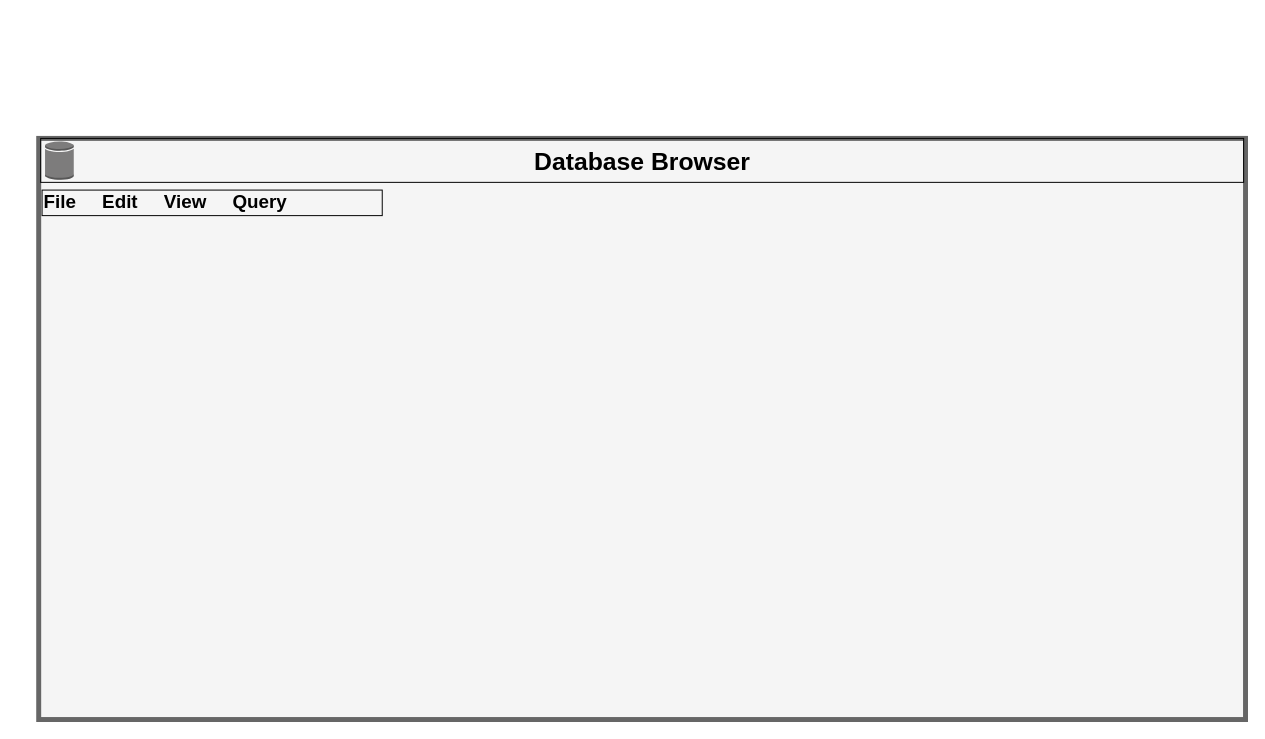
This is page "GUI" (3 of 5) of etl.drawio from ARCtechmo/trade_accounting_logs, a draw.io file, before an edit. Source tidied: cells renumbered, new cells numbered last; positions are measured from the earlier drawing's top-left corner, leaving out a move shared by most shapes. Both pictures are drawn from the tidied source at 99%, with x=0, y=0 at pixel (17, 17).
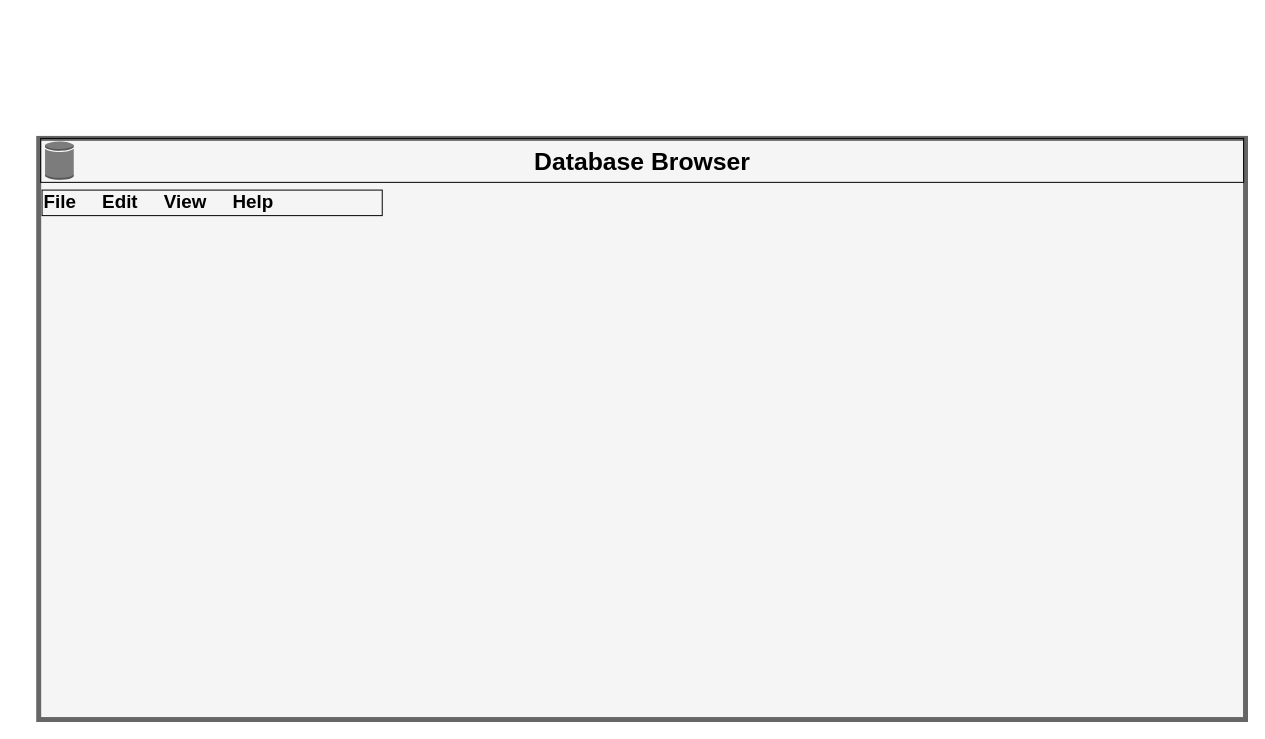
After the change.

Commit message:
added a widget diagram for the listbox

Change to the diagram source:
```diff
@@
 <mxGraphModel>
   <root>
     <mxCell id="0" />
     <mxCell id="1" parent="0" />
     <mxCell id="2" style="group;align=center;" parent="1" vertex="1">
       <mxGeometry width="1220" height="664" as="geometry" />
     </mxCell>
     <mxCell id="3" style="group;strokeColor=none;" parent="2" vertex="1">
       <mxGeometry y="4" width="1220" height="588" as="geometry" />
     </mxCell>
     <mxCell id="4" style="group;" parent="3" vertex="1">
       <mxGeometry x="23.1" y="45.4" width="1220" height="588" as="geometry" />
     </mxCell>
     <mxCell id="5" style="group;" parent="4" vertex="1">
       <mxGeometry x="-1.5" y="72.9" width="1220" height="588" as="geometry" />
     </mxCell>
     <mxCell id="6" style="whiteSpace=wrap;html=1;fillColor=#f5f5f5;fontColor=#333333;strokeColor=#666666;strokeWidth=5;gradientColor=none;" parent="5" vertex="1">
       <mxGeometry width="1219" height="587" as="geometry" />
     </mxCell>
     <mxCell id="7" value="&lt;h1 style=&quot;font-size: 25px;&quot;&gt;Database Browser&lt;/h1&gt;" style="text;align=center;html=1;verticalAlign=middle;whiteSpace=wrap;rounded=0;strokeWidth=1;strokeColor=default;perimeterSpacing=0;fillColor=none;fontSize=25;fontStyle=1;labelBorderColor=none;" parent="5" vertex="1">
       <mxGeometry x="2" width="1215.1" height="44.4" as="geometry" />
     </mxCell>
-    <mxCell id="8" value="File&amp;nbsp; &amp;nbsp; &amp;nbsp;Edit&amp;nbsp; &amp;nbsp; &amp;nbsp;View&amp;nbsp; &amp;nbsp; &amp;nbsp;Query" style="text;strokeColor=default;align=left;fillColor=none;html=1;verticalAlign=middle;whiteSpace=wrap;rounded=0;fontStyle=1;fontSize=19;labelBorderColor=none;" parent="5" vertex="1">
+    <mxCell id="8" value="File&amp;nbsp; &amp;nbsp; &amp;nbsp;Edit&amp;nbsp; &amp;nbsp; &amp;nbsp;View&amp;nbsp; &amp;nbsp; &amp;nbsp;Help" style="text;strokeColor=default;align=left;fillColor=none;html=1;verticalAlign=middle;whiteSpace=wrap;rounded=0;fontStyle=1;fontSize=19;labelBorderColor=none;" parent="5" vertex="1">
       <mxGeometry x="3.4" y="52.2" width="343.6" height="25.8" as="geometry" />
     </mxCell>
     <mxCell id="9" style="dashed=0;verticalLabelPosition=bottom;verticalAlign=top;align=center;html=1;shape=mxgraph.aws3.generic_database;fillColor=#7D7C7C;gradientColor=none;" parent="5" vertex="1">
       <mxGeometry x="6.4" y="2.7" width="29" height="39" as="geometry" />
     </mxCell>
   </root>
 </mxGraphModel>
```
